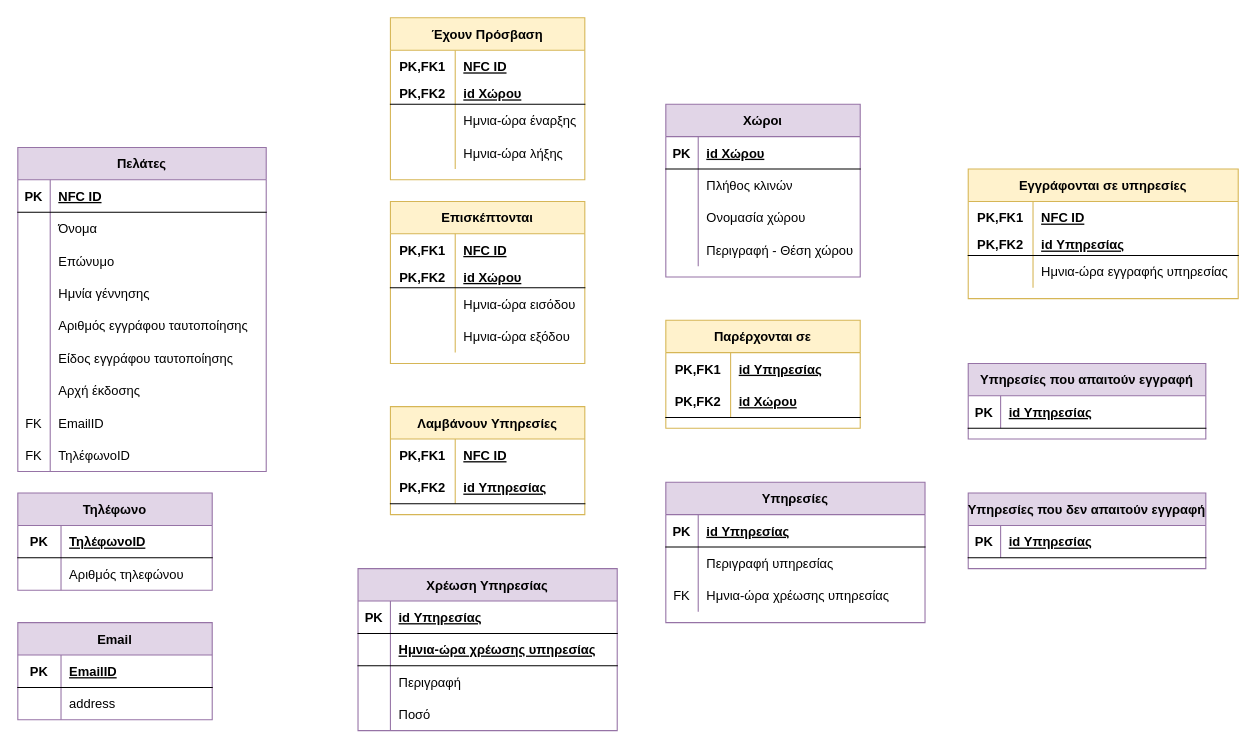
jimk0099/Databases keeps this draw.io diagram as Untitled Diagram.drawio. Above is the earlier version. Source tidied: cells renumbered, new cells numbered last; positions are measured from the earlier drawing's top-left corner, leaving out a move shared by most shapes. Both pictures are drawn from the tidied source at 108%, with x=0, y=0 at pixel (17, 17).
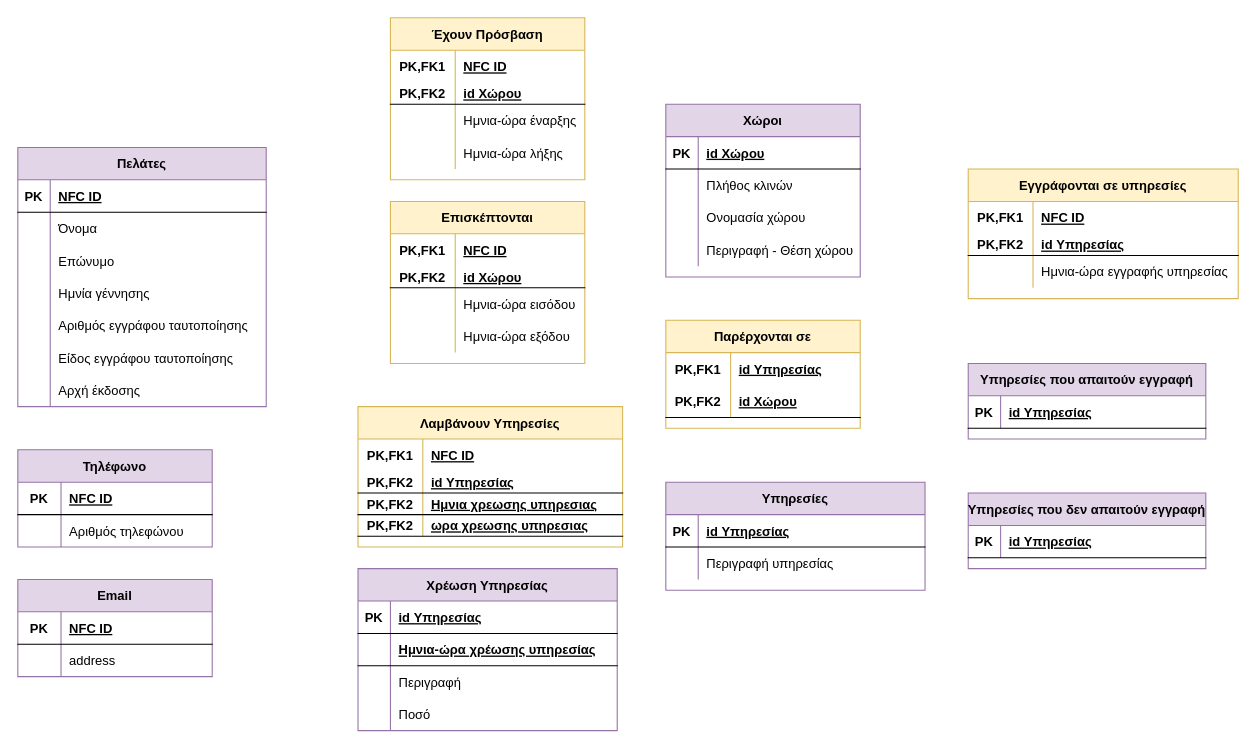
After the change.

The change refers to these unchanged cells:
```xml
<mxCell id="31" style="shape=partialRectangle;fillColor=none;top=0;left=0;bottom=1;right=0;" parent="30" vertex="1">
  <mxGeometry y="30" width="180" height="30" as="geometry" />
</mxCell>
<mxCell id="38" style="shape=partialRectangle;fillColor=none;top=0;left=0;bottom=1;right=0;" parent="37" vertex="1">
  <mxGeometry y="30" width="180" height="30" as="geometry" />
</mxCell>
```

Diff of the diagram source:
```diff
@@
     <mxCell id="2" value="Πελάτες" style="shape=table;startSize=30;childLayout=tableLayout;rowLines=0;fontStyle=1;align=center;fillColor=#e1d5e7;strokeColor=#9673a6;" parent="1" vertex="1">
-      <mxGeometry y="120" width="230" height="300" as="geometry" />
+      <mxGeometry y="120" width="230" height="240" as="geometry" />
     </mxCell>
@@
-    <mxCell id="24" style="shape=partialRectangle;fillColor=none;top=0;left=0;bottom=0;right=0;" parent="2" vertex="1">
-      <mxGeometry y="240" width="230" height="30" as="geometry" />
-    </mxCell>
-    <mxCell id="25" value="FK" style="shape=partialRectangle;fillColor=none;top=0;left=0;bottom=0;right=0;overflow=hidden;" parent="24" vertex="1">
-      <mxGeometry width="30" height="30" as="geometry" />
-    </mxCell>
-    <mxCell id="26" value="EmailID" style="shape=partialRectangle;fillColor=none;top=0;left=0;bottom=0;right=0;align=left;spacingLeft=6;overflow=hidden;" parent="24" vertex="1">
-      <mxGeometry x="30" width="200" height="30" as="geometry" />
-    </mxCell>
-    <mxCell id="27" style="shape=partialRectangle;fillColor=none;top=0;left=0;bottom=0;right=0;" parent="2" vertex="1">
-      <mxGeometry y="270" width="230" height="30" as="geometry" />
-    </mxCell>
-    <mxCell id="28" value="FK" style="shape=partialRectangle;fillColor=none;top=0;left=0;bottom=0;right=0;overflow=hidden;" parent="27" vertex="1">
-      <mxGeometry width="30" height="30" as="geometry" />
-    </mxCell>
-    <mxCell id="29" value="ΤηλέφωνοID" style="shape=partialRectangle;fillColor=none;top=0;left=0;bottom=0;right=0;align=left;spacingLeft=6;overflow=hidden;" parent="27" vertex="1">
-      <mxGeometry x="30" width="200" height="30" as="geometry" />
-    </mxCell>
     <mxCell id="30" value="Email" style="shape=table;startSize=30;childLayout=tableLayout;rowLines=0;fontStyle=1;align=center;fillColor=#e1d5e7;strokeColor=#9673a6;" parent="1" vertex="1">
-      <mxGeometry y="560" width="180" height="90" as="geometry" />
+      <mxGeometry y="520" width="180" height="90" as="geometry" />
     </mxCell>
@@
-    <mxCell id="33" value="EmailID" style="shape=partialRectangle;fillColor=none;top=0;left=0;bottom=0;right=0;align=left;spacingLeft=6;fontStyle=5;overflow=hidden;" parent="31" vertex="1">
+    <mxCell id="33" value="NFC ID" style="shape=partialRectangle;fillColor=none;top=0;left=0;bottom=0;right=0;align=left;spacingLeft=6;fontStyle=5;overflow=hidden;" parent="31" vertex="1">
       <mxGeometry x="40" width="140" height="30" as="geometry" />
     </mxCell>
@@
     <mxCell id="37" value="Τηλέφωνο" style="shape=table;startSize=30;childLayout=tableLayout;rowLines=0;fontStyle=1;align=center;fillColor=#e1d5e7;strokeColor=#9673a6;" parent="1" vertex="1">
-      <mxGeometry y="440" width="180" height="90" as="geometry" />
+      <mxGeometry y="400" width="180" height="90" as="geometry" />
     </mxCell>
@@
-    <mxCell id="40" value="ΤηλέφωνοID" style="shape=partialRectangle;fillColor=none;top=0;left=0;bottom=0;right=0;align=left;spacingLeft=6;fontStyle=5;overflow=hidden;" parent="38" vertex="1">
+    <mxCell id="40" value="NFC ID" style="shape=partialRectangle;fillColor=none;top=0;left=0;bottom=0;right=0;align=left;spacingLeft=6;fontStyle=5;overflow=hidden;" parent="38" vertex="1">
       <mxGeometry x="40" width="140" height="30" as="geometry" />
     </mxCell>
@@
     <mxCell id="57" value="Υπηρεσίες" style="shape=table;startSize=30;childLayout=tableLayout;rowLines=0;fontStyle=1;align=center;fillColor=#e1d5e7;strokeColor=#9673a6;" parent="1" vertex="1">
-      <mxGeometry x="600" y="430" width="240" height="130" as="geometry" />
+      <mxGeometry x="600" y="430" width="240" height="100" as="geometry" />
     </mxCell>
@@
-    <mxCell id="64" style="shape=partialRectangle;fillColor=none;top=0;left=0;bottom=0;right=0;" parent="57" vertex="1">
-      <mxGeometry y="90" width="240" height="30" as="geometry" />
-    </mxCell>
-    <mxCell id="65" value="FK" style="shape=partialRectangle;fillColor=none;top=0;left=0;bottom=0;right=0;fontStyle=0;overflow=hidden;" parent="64" vertex="1">
-      <mxGeometry width="30" height="30" as="geometry" />
-    </mxCell>
-    <mxCell id="66" value="Ημνια-ώρα χρέωσης υπηρεσίας" style="shape=partialRectangle;fillColor=none;top=0;left=0;bottom=0;right=0;align=left;spacingLeft=6;fontStyle=0;overflow=hidden;" parent="64" vertex="1">
-      <mxGeometry x="30" width="210" height="30" as="geometry" />
-    </mxCell>
@@
     <mxCell id="88" value="Λαμβάνουν Υπηρεσίες" style="shape=table;startSize=30;childLayout=tableLayout;rowLines=0;fontStyle=1;align=center;fillColor=#fff2cc;strokeColor=#d6b656;" parent="1" vertex="1">
-      <mxGeometry x="345" y="360" width="180" height="100" as="geometry" />
+      <mxGeometry x="315" y="360" width="245" height="130" as="geometry" />
     </mxCell>
     <mxCell id="89" style="shape=partialRectangle;fillColor=none;top=0;left=0;bottom=0;right=0;" parent="88" vertex="1">
-      <mxGeometry y="30" width="180" height="30" as="geometry" />
+      <mxGeometry y="30" width="245" height="30" as="geometry" />
     </mxCell>
@@
     <mxCell id="91" value="NFC ID" style="shape=partialRectangle;fillColor=none;top=0;left=0;bottom=0;right=0;align=left;spacingLeft=6;fontStyle=5;overflow=hidden;" parent="89" vertex="1">
-      <mxGeometry x="60" width="120" height="30" as="geometry" />
+      <mxGeometry x="60" width="185" height="30" as="geometry" />
     </mxCell>
     <mxCell id="92" style="shape=partialRectangle;fillColor=none;top=0;left=0;bottom=1;right=0;" parent="88" vertex="1">
-      <mxGeometry y="60" width="180" height="30" as="geometry" />
+      <mxGeometry y="60" width="245" height="20" as="geometry" />
     </mxCell>
     <mxCell id="93" value="PK,FK2" style="shape=partialRectangle;fillColor=none;top=0;left=0;bottom=0;right=0;fontStyle=1;overflow=hidden;" parent="92" vertex="1">
-      <mxGeometry width="60" height="30" as="geometry" />
+      <mxGeometry width="60" height="20" as="geometry" />
     </mxCell>
     <mxCell id="94" value="id Υπηρεσίας" style="shape=partialRectangle;fillColor=none;top=0;left=0;bottom=0;right=0;align=left;spacingLeft=6;fontStyle=5;overflow=hidden;" parent="92" vertex="1">
-      <mxGeometry x="60" width="120" height="30" as="geometry" />
+      <mxGeometry x="60" width="185" height="20" as="geometry" />
     </mxCell>
+    <mxCell id="138" style="shape=partialRectangle;fillColor=none;top=0;left=0;bottom=1;right=0;" parent="88" vertex="1">
+      <mxGeometry y="80" width="245" height="20" as="geometry" />
+    </mxCell>
+    <mxCell id="139" value="PK,FK2" style="shape=partialRectangle;fillColor=none;top=0;left=0;bottom=0;right=0;fontStyle=1;overflow=hidden;" parent="138" vertex="1">
+      <mxGeometry width="60" height="20" as="geometry" />
+    </mxCell>
+    <mxCell id="140" value="Ημνια χρεωσης υπηρεσιας" style="shape=partialRectangle;fillColor=none;top=0;left=0;bottom=0;right=0;align=left;spacingLeft=6;fontStyle=5;overflow=hidden;" parent="138" vertex="1">
+      <mxGeometry x="60" width="185" height="20" as="geometry" />
+    </mxCell>
+    <mxCell id="141" style="shape=partialRectangle;fillColor=none;top=0;left=0;bottom=1;right=0;" parent="88" vertex="1">
+      <mxGeometry y="100" width="245" height="20" as="geometry" />
+    </mxCell>
+    <mxCell id="142" value="PK,FK2" style="shape=partialRectangle;fillColor=none;top=0;left=0;bottom=0;right=0;fontStyle=1;overflow=hidden;" parent="141" vertex="1">
+      <mxGeometry width="60" height="20" as="geometry" />
+    </mxCell>
+    <mxCell id="143" value="ωρα χρεωσης υπηρεσιας" style="shape=partialRectangle;fillColor=none;top=0;left=0;bottom=0;right=0;align=left;spacingLeft=6;fontStyle=5;overflow=hidden;" parent="141" vertex="1">
+      <mxGeometry x="60" width="185" height="20" as="geometry" />
+    </mxCell>
```
